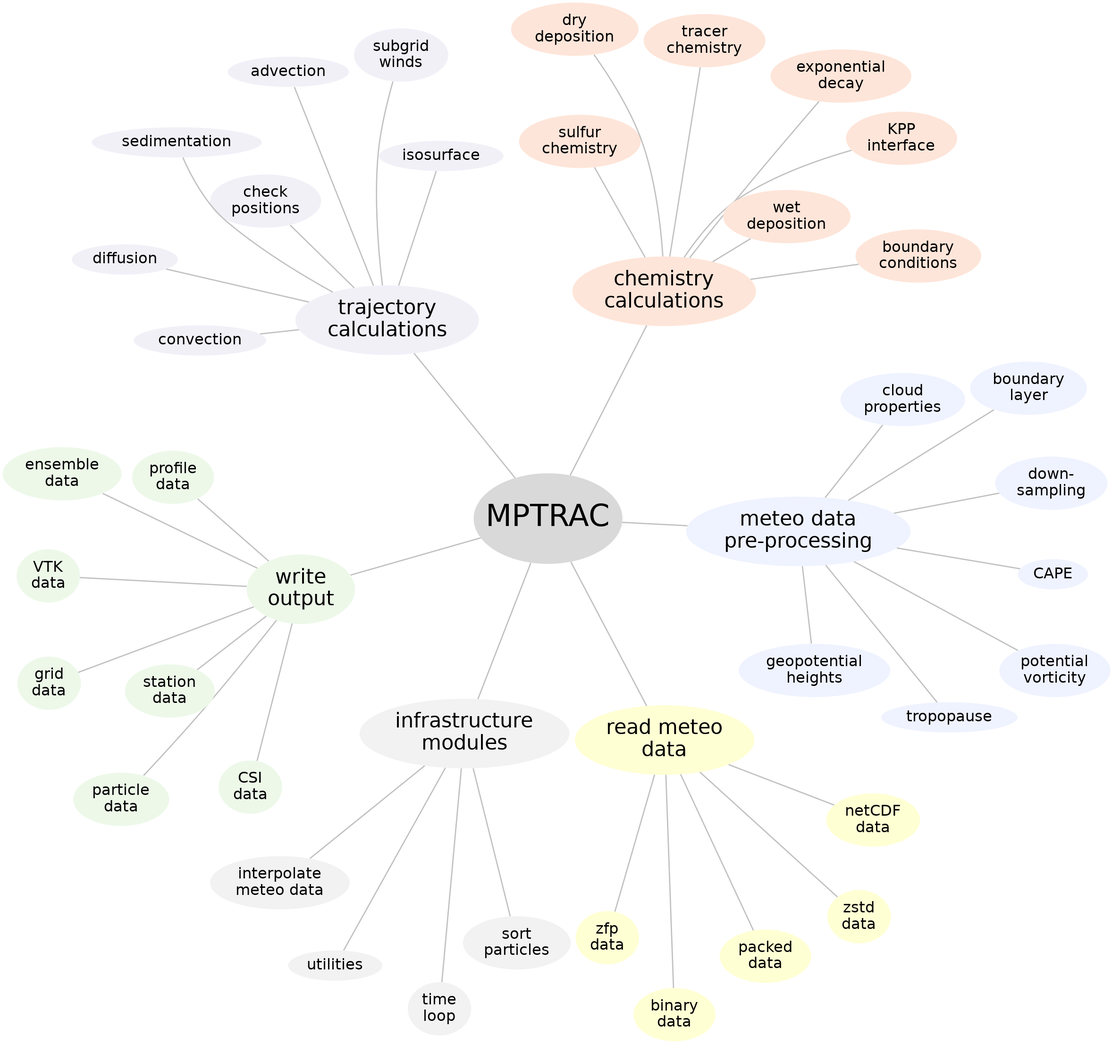
The Graphviz diagram docs/images/clusters.png in slcs-jsc/mptrac, before a commit. Its source is kept beside it as docs/images/clusters.dot. The source it was exported from:
```dot
graph MPTRAC {

  edge [penwidth=2 color="gray"]
  node [style="filled" penwidth=0 fillcolor="gray85" fontname="Helvetica" fontcolor="black" fontsize=24]
  layout=neato;
  start=0;
  margin=0;
  overlap=false;
  splines=true;

  MPTRAC -- {
    "infrastructure\nmodules"
    "trajectory\ncalculations"
    "chemistry\ncalculations"
    "read meteo\ndata"
    "write\noutput"
    "meteo data\npre-processing"
  }
  MPTRAC [fontsize=48 height=2]
  "infrastructure\nmodules" [fontsize=32 fillcolor="gray95"]
  "trajectory\ncalculations" [fontsize=32 colorscheme=purples5 fillcolor=1]
  "chemistry\ncalculations" [fontsize=32 colorscheme=reds5 fillcolor=1]
  "read meteo\ndata" [fontsize=32 colorscheme=ylorbr5 fillcolor=1]
  "write\noutput" [fontsize=32 colorscheme=greens5 fillcolor=1]
  "meteo data\npre-processing" [fontsize=32 colorscheme=blues5 fillcolor=1]


  "infrastructure\nmodules" -- {
    "interpolate\nmeteo data"
    "sort\nparticles"
    "time\nloop"
    "utilities"
  }
    "interpolate\nmeteo data" [fillcolor="gray95"]
    "sort\nparticles" [fillcolor="gray95"]
    "time\nloop" [fillcolor="gray95"]
    "utilities" [fillcolor="gray95"]


  "read meteo\ndata" -- {
    "binary\ndata"
    "netCDF\ndata"
    "packed\ndata"
    "zfp\ndata"
    "zstd\ndata"
  }
    "binary\ndata" [colorscheme=ylorbr5 fillcolor=1]
    "netCDF\ndata" [colorscheme=ylorbr5 fillcolor=1]
    "packed\ndata" [colorscheme=ylorbr5 fillcolor=1]
    "zfp\ndata" [colorscheme=ylorbr5 fillcolor=1]
    "zstd\ndata" [colorscheme=ylorbr5 fillcolor=1]


  "write\noutput" -- {
    "CSI\ndata"
    "ensemble\ndata"
    "grid\ndata"
    "particle\ndata"
    "profile\ndata"
    "station\ndata"
    "VTK\ndata"
  }
    "CSI\ndata" [colorscheme=greens5 fillcolor=1]
    "ensemble\ndata" [colorscheme=greens5 fillcolor=1]
    "grid\ndata" [colorscheme=greens5 fillcolor=1]
    "particle\ndata" [colorscheme=greens5 fillcolor=1]
    "profile\ndata" [colorscheme=greens5 fillcolor=1]
    "station\ndata" [colorscheme=greens5 fillcolor=1]
    "VTK\ndata" [colorscheme=greens5 fillcolor=1]


  "meteo data\npre-processing" -- {
    "geopotential\nheights"
    "potential\nvorticity"
    "CAPE"
    "boundary\nlayer"
    "cloud\nproperties"
    "tropopause"
    "down-\nsampling"
  }
    "geopotential\nheights" [colorscheme=blues5 fillcolor=1]
    "potential\nvorticity" [colorscheme=blues5 fillcolor=1]
    "CAPE" [colorscheme=blues5 fillcolor=1]
    "boundary\nlayer" [colorscheme=blues5 fillcolor=1]
    "cloud\nproperties" [colorscheme=blues5 fillcolor=1]
    "tropopause" [colorscheme=blues5 fillcolor=1]
    "down-\nsampling" [colorscheme=blues5 fillcolor=1]


  "trajectory\ncalculations" -- {
    "check\npositions"
    "advection"
    "diffusion"
    "subgrid\nwinds"
    "convection"
    "sedimentation"
    "isosurface"
  }
    "check\npositions" [colorscheme=purples5 fillcolor=1]
    "advection" [colorscheme=purples5 fillcolor=1]
    "diffusion" [colorscheme=purples5 fillcolor=1]
    "subgrid\nwinds" [colorscheme=purples5 fillcolor=1]
    "convection" [colorscheme=purples5 fillcolor=1]
    "sedimentation" [colorscheme=purples5 fillcolor=1]
    "isosurface" [colorscheme=purples5 fillcolor=1]


  "chemistry\ncalculations" -- {
    "boundary\nconditions"
    "exponential\ndecay"
    "sulfur\nchemistry"
    "tracer\nchemistry"
    "KPP\ninterface"
    "dry\ndeposition"
    "wet\ndeposition"
  }
    "boundary\nconditions" [colorscheme=reds5 fillcolor=1]
    "exponential\ndecay" [colorscheme=reds5 fillcolor=1]
    "sulfur\nchemistry" [colorscheme=reds5 fillcolor=1]
    "tracer\nchemistry" [colorscheme=reds5 fillcolor=1]
    "KPP\ninterface" [colorscheme=reds5 fillcolor=1]
    "dry\ndeposition" [colorscheme=reds5 fillcolor=1]
    "wet\ndeposition" [colorscheme=reds5 fillcolor=1]

}
```
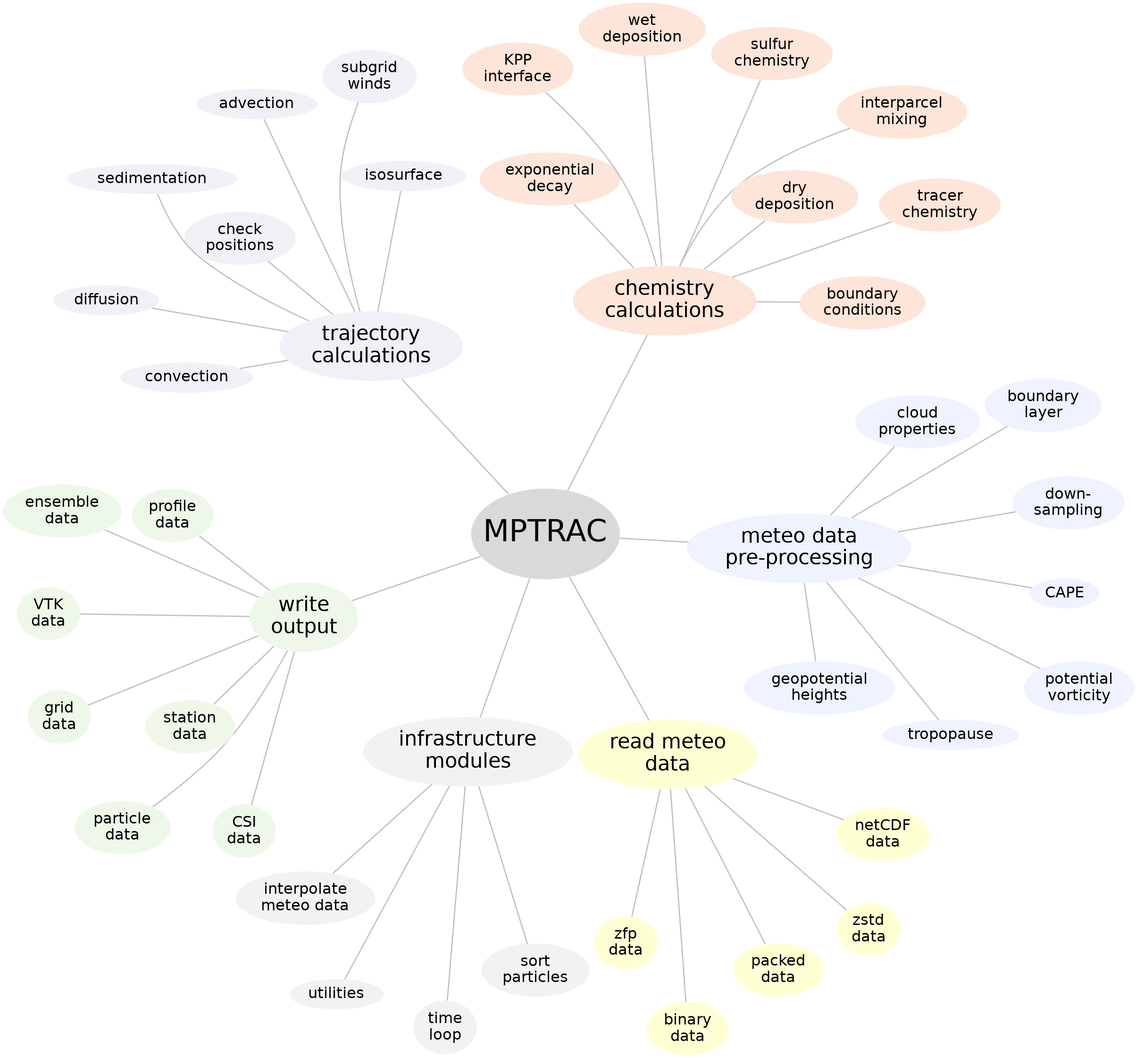
The same diagram one commit later.

The edit, as a diff of the source:
```diff
@@ -107,6 +107,7 @@
 
   "chemistry\ncalculations" -- {
     "boundary\nconditions"
+    "interparcel\nmixing"
     "exponential\ndecay"
     "sulfur\nchemistry"
     "tracer\nchemistry"
@@ -115,6 +116,7 @@
     "wet\ndeposition"
   }
     "boundary\nconditions" [colorscheme=reds5 fillcolor=1]
+    "interparcel\nmixing" [colorscheme=reds5 fillcolor=1]
     "exponential\ndecay" [colorscheme=reds5 fillcolor=1]
     "sulfur\nchemistry" [colorscheme=reds5 fillcolor=1]
     "tracer\nchemistry" [colorscheme=reds5 fillcolor=1]
```
